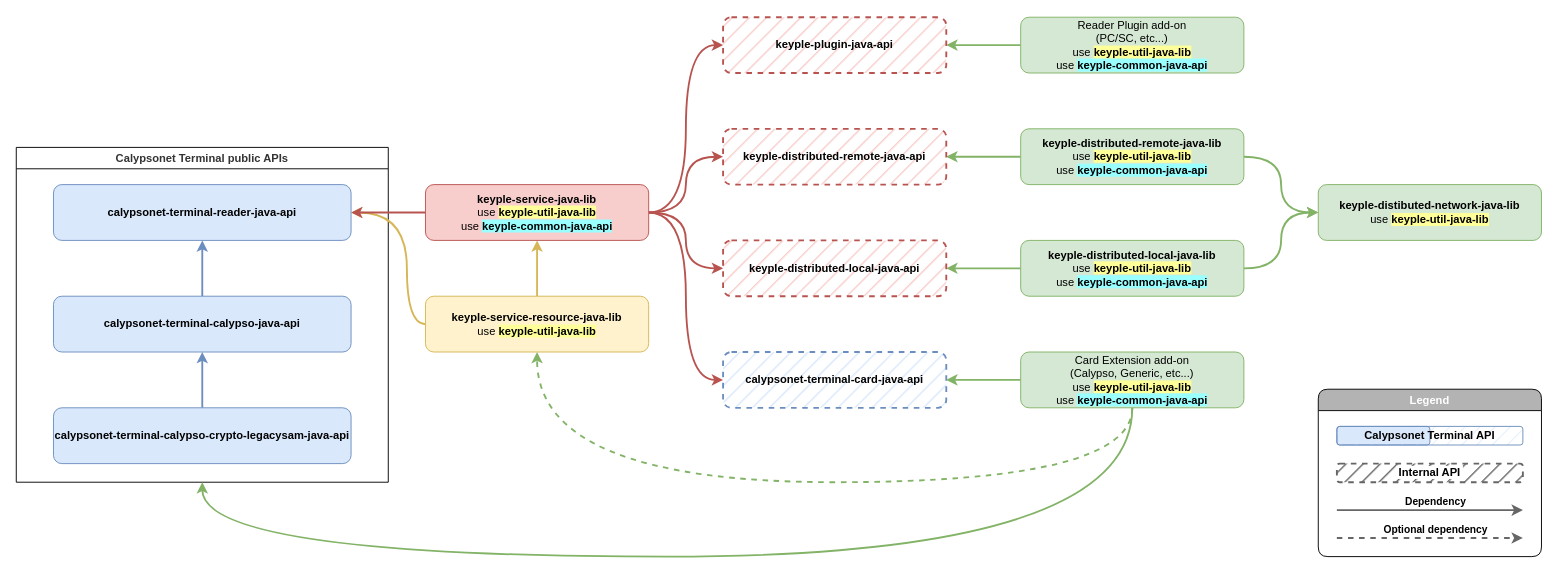
Earlier version of the draw.io diagram static/media/learn/developer-guide/component-dependencies/component_dependencies_overview.drawio (eclipse-keyple/keyple-website). Source tidied: cells renumbered, new cells numbered last; positions are measured from the earlier drawing's top-left corner, leaving out a move shared by most shapes. Both pictures are drawn from the tidied source at 93%, with x=0, y=0 at pixel (16, 17).
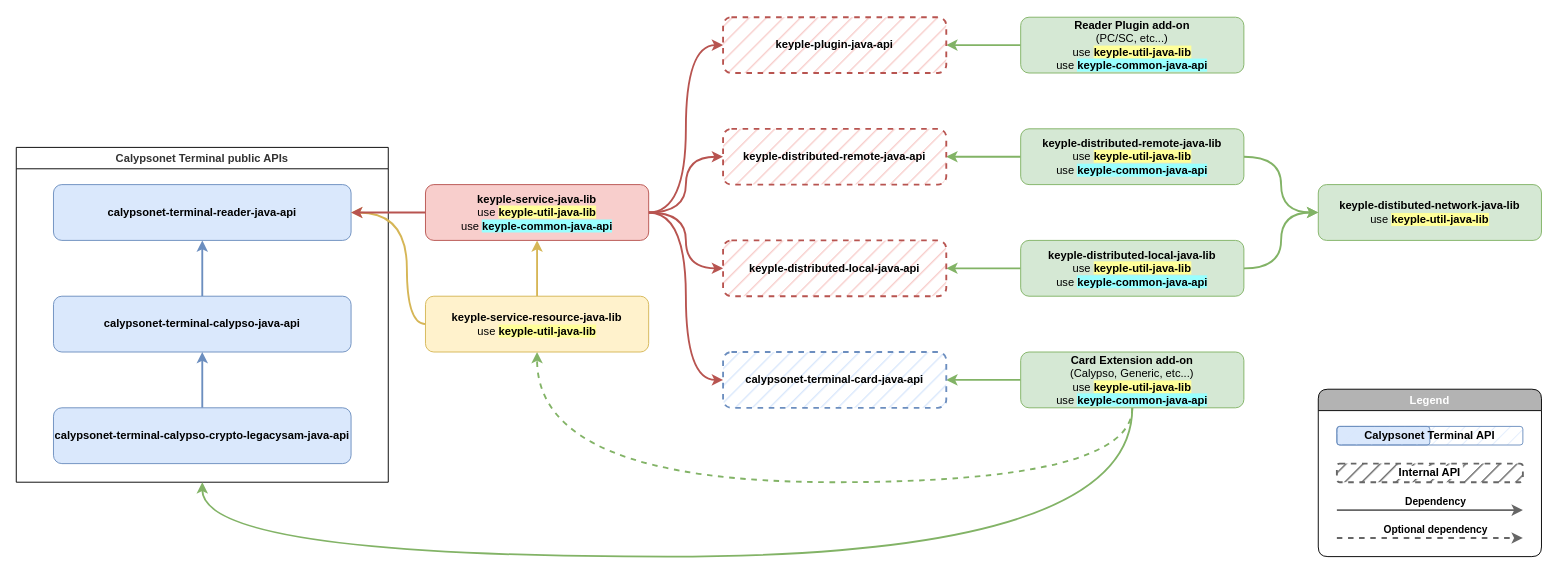
Above is the later version.

Change to the diagram source:
```diff
@@
-    <mxCell id="12" value="Reader Plugin add-on&lt;br&gt;(PC/SC, etc...)&lt;br&gt;use &lt;b style=&quot;background-color: rgb(255, 255, 153);&quot;&gt;keyple-util-java-lib&lt;/b&gt;&lt;br&gt;use &lt;b style=&quot;background-color: rgb(153, 255, 255);&quot;&gt;keyple-common-java-api&lt;/b&gt;" style="rounded=1;whiteSpace=wrap;html=1;fillColor=#d5e8d4;strokeColor=#82b366;fontStyle=0;" parent="1" vertex="1">
+    <mxCell id="12" value="&lt;b&gt;Reader Plugin add-on&lt;/b&gt;&lt;br&gt;(PC/SC, etc...)&lt;br&gt;use &lt;b style=&quot;background-color: rgb(255, 255, 153);&quot;&gt;keyple-util-java-lib&lt;/b&gt;&lt;br&gt;use &lt;b style=&quot;background-color: rgb(153, 255, 255);&quot;&gt;keyple-common-java-api&lt;/b&gt;" style="rounded=1;whiteSpace=wrap;html=1;fillColor=#d5e8d4;strokeColor=#82b366;fontStyle=0;" parent="1" vertex="1">
       <mxGeometry x="1080" width="240" height="60" as="geometry" />
     </mxCell>
@@
-    <mxCell id="16" value="Card Extension add-on&lt;br&gt;(Calypso, Generic, etc...)&lt;br&gt;use &lt;b style=&quot;background-color: rgb(255, 255, 153);&quot;&gt;keyple-util-java-lib&lt;/b&gt;&lt;br&gt;use &lt;b style=&quot;background-color: rgb(153, 255, 255);&quot;&gt;keyple-common-java-api&lt;/b&gt;" style="rounded=1;whiteSpace=wrap;html=1;fillColor=#d5e8d4;strokeColor=#82b366;fontStyle=0;" parent="1" vertex="1">
+    <mxCell id="16" value="&lt;b&gt;Card Extension add-on&lt;/b&gt;&lt;br&gt;(Calypso, Generic, etc...)&lt;br&gt;use &lt;b style=&quot;background-color: rgb(255, 255, 153);&quot;&gt;keyple-util-java-lib&lt;/b&gt;&lt;br&gt;use &lt;b style=&quot;background-color: rgb(153, 255, 255);&quot;&gt;keyple-common-java-api&lt;/b&gt;" style="rounded=1;whiteSpace=wrap;html=1;fillColor=#d5e8d4;strokeColor=#82b366;fontStyle=0;" parent="1" vertex="1">
       <mxGeometry x="1080" y="360" width="240" height="60" as="geometry" />
     </mxCell>
```
